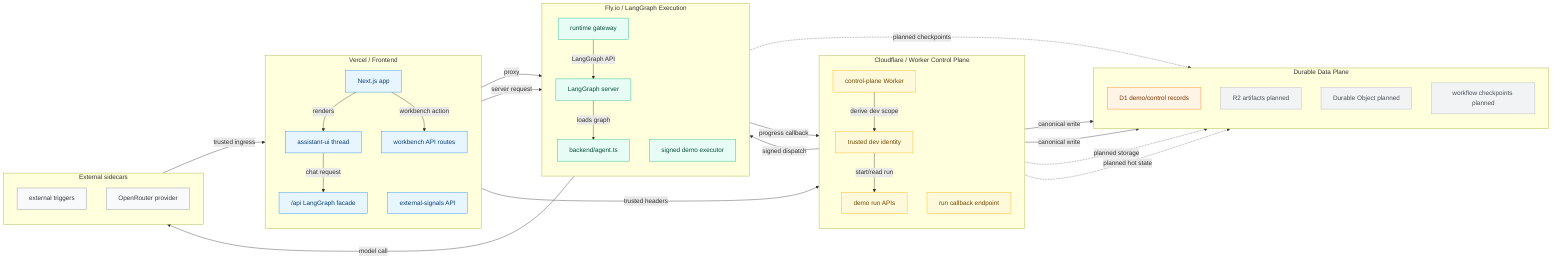
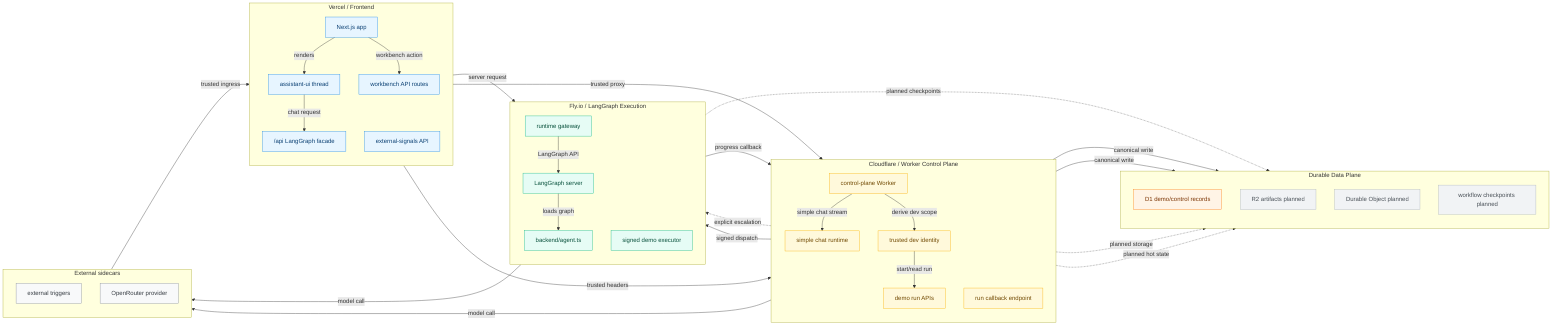
flowchart LR
  %% Assistant-MK1 current hosted implementation topology.
  %% Four-pillar source for paste-into-Excalidraw rendering.

  classDef vercel fill:#e7f5ff,stroke:#228be6,color:#0b4073
  classDef cloudflare fill:#fff9db,stroke:#fab005,color:#704800
  classDef fly fill:#e6fcf5,stroke:#12b886,color:#064f3a
  classDef data fill:#fff4e6,stroke:#fd7e14,color:#7a3300
  classDef sidecar fill:#f8f9fa,stroke:#868e96,color:#343a40
  classDef planned fill:#f1f3f5,stroke:#adb5bd,color:#495057

  subgraph sg_vercel["Vercel / Frontend"]
    direction TB
    nextApp["Next.js app"]
    assistantUi["assistant-ui thread"]
    apiFacade["/api LangGraph facade"]
    signalApi["external-signals API"]
    workbenchApi["workbench API routes"]
  end

  subgraph sg_cf["Cloudflare / Worker Control Plane"]
    direction TB
    worker["control-plane Worker"]
    trustedIdentity["trusted dev identity"]
+     simpleChat["simple chat runtime"]
    demoRuns["demo run APIs"]
    callback["run callback endpoint"]
  end

  subgraph sg_fly["Fly.io / LangGraph Execution"]
    direction TB
    gateway["runtime gateway"]
    langgraph["LangGraph server"]
    agentGraph["backend/agent.ts"]
    executor["signed demo executor"]
  end

  subgraph sg_data["Durable Data Plane"]
    direction TB
    d1["D1 demo/control records"]
    r2["R2 artifacts planned"]
    durableObject["Durable Object planned"]
    workflowState["workflow checkpoints planned"]
  end

  subgraph sg_sidecar["External sidecars"]
    direction TB
    externalTriggers["external triggers"]
    openrouter["OpenRouter provider"]
  end

  nextApp -- "renders" --> assistantUi
  assistantUi -- "chat request" --> apiFacade
-   apiFacade -- "proxy" --> gateway
+   apiFacade -- "trusted proxy" --> worker
+   worker -- "simple chat stream" --> simpleChat
+   simpleChat -- "model call" --> openrouter
+   worker -. "explicit escalation" .-> gateway
  gateway -- "LangGraph API" --> langgraph
  langgraph -- "loads graph" --> agentGraph
  agentGraph -- "model call" --> openrouter

  externalTriggers -- "trusted ingress" --> signalApi
  signalApi -- "server request" --> gateway

  nextApp -- "workbench action" --> workbenchApi
  workbenchApi -- "trusted headers" --> worker
  worker -- "derive dev scope" --> trustedIdentity
  trustedIdentity -- "start/read run" --> demoRuns
  demoRuns -- "canonical write" --> d1
  demoRuns -- "signed dispatch" --> executor
  executor -- "progress callback" --> callback
  callback -- "canonical write" --> d1

  worker -. "planned storage" .-> r2
  worker -. "planned hot state" .-> durableObject
  langgraph -. "planned checkpoints" .-> workflowState

  class nextApp,assistantUi,apiFacade,signalApi,workbenchApi vercel
-   class worker,trustedIdentity,demoRuns,callback cloudflare
+   class worker,trustedIdentity,simpleChat,demoRuns,callback cloudflare
  class gateway,langgraph,agentGraph,executor fly
  class d1 data
  class r2,durableObject,workflowState planned
  class externalTriggers,openrouter sidecar
